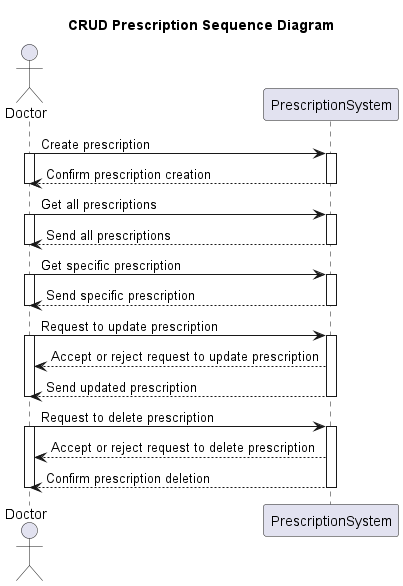
baonehe/SE357-Pratice-class keeps this PlantUML diagram as Lab1.2/Sequence diagram/CRUD Prescription_seq.png. Above is the earlier version.
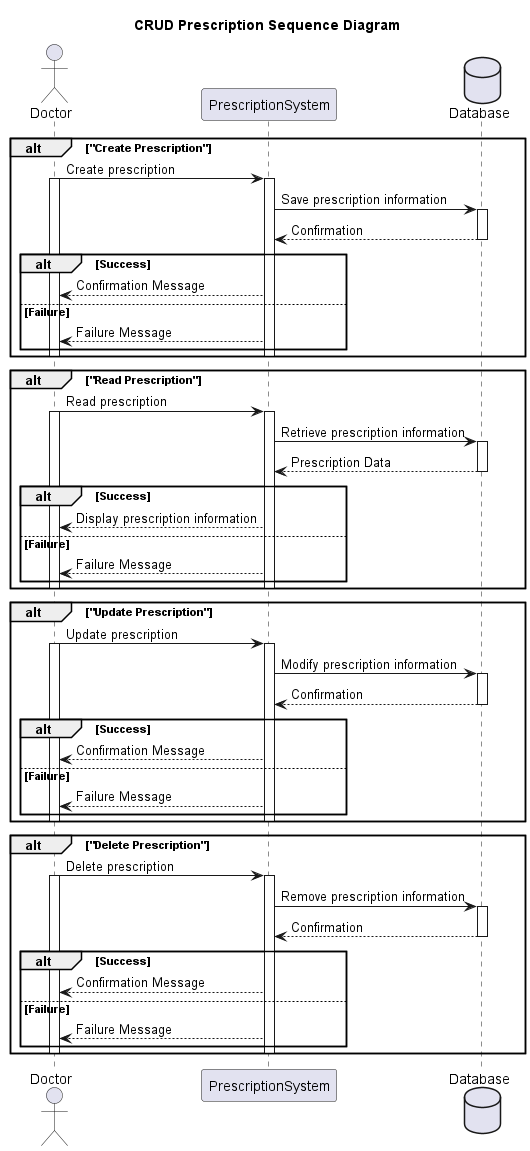
Above is the later version.

Diff of the diagram source:
```diff
@@ -1,43 +1,76 @@
 @startuml
 title CRUD Prescription Sequence Diagram
 
-Actor Doctor
+actor Doctor
 participant PrescriptionSystem
+database Database
 
-Doctor -> PrescriptionSystem: Create prescription
-activate Doctor
-activate PrescriptionSystem
-PrescriptionSystem --> Doctor: Confirm prescription creation
-deactivate Doctor
-deactivate PrescriptionSystem
+alt "Create Prescription"
+  Doctor -> PrescriptionSystem: Create prescription
+  activate Doctor
+  activate PrescriptionSystem
+  PrescriptionSystem -> Database: Save prescription information
+  activate Database
+  Database --> PrescriptionSystem: Confirmation
+  deactivate Database
+  alt Success
+    PrescriptionSystem --> Doctor: Confirmation Message
+  else Failure
+    PrescriptionSystem --> Doctor: Failure Message
+  end
+  deactivate Doctor
+  deactivate PrescriptionSystem
+end
 
-Doctor -> PrescriptionSystem: Get all prescriptions
-activate Doctor
-activate PrescriptionSystem
-PrescriptionSystem --> Doctor: Send all prescriptions
-deactivate Doctor
-deactivate PrescriptionSystem
+alt "Read Prescription"
+  Doctor -> PrescriptionSystem: Read prescription
+  activate Doctor
+  activate PrescriptionSystem
+  PrescriptionSystem -> Database: Retrieve prescription information
+  activate Database
+  Database --> PrescriptionSystem: Prescription Data
+  deactivate Database
+  alt Success
+    PrescriptionSystem --> Doctor: Display prescription information
+  else Failure
+    PrescriptionSystem --> Doctor: Failure Message
+  end
+  deactivate Doctor
+  deactivate PrescriptionSystem
+end
 
-Doctor -> PrescriptionSystem: Get specific prescription
-activate Doctor
-activate PrescriptionSystem
-PrescriptionSystem --> Doctor: Send specific prescription
-deactivate Doctor
-deactivate PrescriptionSystem
+alt "Update Prescription"
+  Doctor -> PrescriptionSystem: Update prescription
+  activate Doctor
+  activate PrescriptionSystem
+  PrescriptionSystem -> Database: Modify prescription information
+  activate Database
+  Database --> PrescriptionSystem: Confirmation
+  deactivate Database
+  alt Success
+    PrescriptionSystem --> Doctor: Confirmation Message
+  else Failure
+    PrescriptionSystem --> Doctor: Failure Message
+  end
+  deactivate Doctor
+  deactivate PrescriptionSystem
+end
 
-Doctor -> PrescriptionSystem: Request to update prescription
-activate Doctor
-activate PrescriptionSystem
-PrescriptionSystem --> Doctor: Accept or reject request to update prescription
-PrescriptionSystem --> Doctor: Send updated prescription
-deactivate Doctor
-deactivate PrescriptionSystem
+alt "Delete Prescription"
+  Doctor -> PrescriptionSystem: Delete prescription
+  activate Doctor
+  activate PrescriptionSystem
+  PrescriptionSystem -> Database: Remove prescription information
+  activate Database
+  Database --> PrescriptionSystem: Confirmation
+  deactivate Database
+  alt Success
+    PrescriptionSystem --> Doctor: Confirmation Message
+  else Failure
+    PrescriptionSystem --> Doctor: Failure Message
+  end
+  deactivate Doctor
+  deactivate PrescriptionSystem
+end
 
-Doctor -> PrescriptionSystem: Request to delete prescription
-activate Doctor
-activate PrescriptionSystem
-PrescriptionSystem --> Doctor: Accept or reject request to delete prescription
-PrescriptionSystem --> Doctor: Confirm prescription deletion
-deactivate Doctor
-deactivate PrescriptionSystem
 @enduml
```
